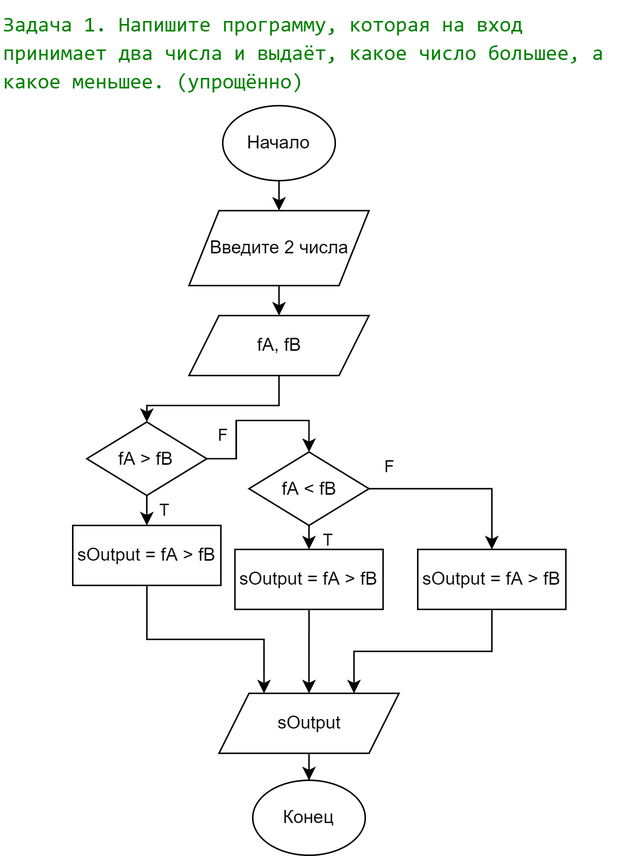
Above: homeworks/homework1/hw1_1.png in Hasley23/c-sharp-practic (draw.io), before the change. Source tidied: cells renumbered, new cells last; positions are measured from the earlier drawing's top-left corner, leaving out a move shared by most shapes. Source of this version:
```xml
<mxGraphModel>
  <root>
    <mxCell id="0" />
    <mxCell id="1" parent="0" />
    <mxCell id="2" style="edgeStyle=orthogonalEdgeStyle;rounded=0;jettySize=auto;html=1;exitX=0.5;exitY=1;exitDx=0;exitDy=0;entryX=0.5;entryY=0;entryDx=0;entryDy=0;" parent="1" edge="1" source="3" target="5">
      <mxGeometry relative="1" as="geometry" />
    </mxCell>
    <mxCell id="3" value="Начало" style="ellipse;whiteSpace=wrap;html=1;" parent="1" vertex="1">
      <mxGeometry x="148" y="70" width="75" height="50" as="geometry" />
    </mxCell>
    <mxCell id="4" style="edgeStyle=orthogonalEdgeStyle;rounded=0;jettySize=auto;html=1;exitX=0.5;exitY=1;exitDx=0;exitDy=0;entryX=0.5;entryY=0;entryDx=0;entryDy=0;" parent="1" edge="1" source="5" target="7">
      <mxGeometry relative="1" as="geometry" />
    </mxCell>
    <mxCell id="5" value="Введите 2 числа" style="shape=parallelogram;perimeter=parallelogramPerimeter;whiteSpace=wrap;html=1;fixedSize=1;" parent="1" vertex="1">
      <mxGeometry x="125.5" y="140" width="120" height="50" as="geometry" />
    </mxCell>
    <mxCell id="6" style="edgeStyle=orthogonalEdgeStyle;rounded=0;jettySize=auto;html=1;exitX=0.5;exitY=1;exitDx=0;exitDy=0;entryX=0.5;entryY=0;entryDx=0;entryDy=0;" parent="1" edge="1" source="7" target="10">
      <mxGeometry relative="1" as="geometry">
        <Array as="points">
          <mxPoint x="186" y="270" />
          <mxPoint x="97" y="270" />
        </Array>
      </mxGeometry>
    </mxCell>
    <mxCell id="7" value="fA, fB" style="shape=parallelogram;perimeter=parallelogramPerimeter;whiteSpace=wrap;html=1;fixedSize=1;" parent="1" vertex="1">
      <mxGeometry x="125.5" y="210" width="120" height="40" as="geometry" />
    </mxCell>
    <mxCell id="8" value="T" style="edgeStyle=orthogonalEdgeStyle;rounded=0;jettySize=auto;html=1;exitX=0.5;exitY=1;exitDx=0;exitDy=0;entryX=0.5;entryY=0;entryDx=0;entryDy=0;" parent="1" edge="1" source="10" target="12">
      <mxGeometry y="12" relative="1" as="geometry" />
    </mxCell>
    <mxCell id="9" value="F" style="edgeStyle=orthogonalEdgeStyle;rounded=0;jettySize=auto;html=1;exitX=1;exitY=0.5;exitDx=0;exitDy=0;entryX=0.5;entryY=0;entryDx=0;entryDy=0;" parent="1" edge="1" source="10" target="15">
      <mxGeometry x="-0.39" y="9" relative="1" as="geometry">
        <Array as="points">
          <mxPoint x="157" y="306" />
          <mxPoint x="157" y="280" />
          <mxPoint x="206" y="280" />
        </Array>
      </mxGeometry>
    </mxCell>
    <mxCell id="10" value="fA &amp;gt; fB" style="rhombus;whiteSpace=wrap;html=1;" parent="1" vertex="1">
      <mxGeometry x="57.4" y="281" width="80" height="49" as="geometry" />
    </mxCell>
    <mxCell id="11" style="edgeStyle=orthogonalEdgeStyle;rounded=0;jettySize=auto;html=1;exitX=0.5;exitY=1;exitDx=0;exitDy=0;entryX=0.25;entryY=0;entryDx=0;entryDy=0;" parent="1" edge="1" source="12" target="21">
      <mxGeometry relative="1" as="geometry" />
    </mxCell>
    <mxCell id="12" value="sOutput = fA &amp;gt; fB" style="rounded=0;whiteSpace=wrap;html=1;" parent="1" vertex="1">
      <mxGeometry x="48" y="350" width="98.8" height="40" as="geometry" />
    </mxCell>
    <mxCell id="13" value="T" style="edgeStyle=orthogonalEdgeStyle;rounded=0;jettySize=auto;html=1;exitX=0.5;exitY=1;exitDx=0;exitDy=0;entryX=0.5;entryY=0;entryDx=0;entryDy=0;" parent="1" edge="1" source="15" target="17">
      <mxGeometry x="0.25" y="12" relative="1" as="geometry" />
    </mxCell>
    <mxCell id="14" value="F" style="edgeStyle=orthogonalEdgeStyle;rounded=0;jettySize=auto;html=1;exitX=1;exitY=0.5;exitDx=0;exitDy=0;entryX=0.5;entryY=0;entryDx=0;entryDy=0;" parent="1" edge="1" source="15" target="19">
      <mxGeometry x="-0.8" y="16" relative="1" as="geometry">
        <mxPoint x="1" y="1" as="offset" />
      </mxGeometry>
    </mxCell>
    <mxCell id="15" value="fA &amp;lt; fB" style="rhombus;whiteSpace=wrap;html=1;" parent="1" vertex="1">
      <mxGeometry x="165.5" y="301" width="80" height="49" as="geometry" />
    </mxCell>
    <mxCell id="16" style="edgeStyle=orthogonalEdgeStyle;rounded=0;jettySize=auto;html=1;exitX=0.5;exitY=1;exitDx=0;exitDy=0;entryX=0.5;entryY=0;entryDx=0;entryDy=0;" parent="1" edge="1" source="17" target="21">
      <mxGeometry relative="1" as="geometry" />
    </mxCell>
    <mxCell id="17" value="sOutput = fA &amp;gt; fB" style="rounded=0;whiteSpace=wrap;html=1;" parent="1" vertex="1">
      <mxGeometry x="156.1" y="366" width="98.8" height="40" as="geometry" />
    </mxCell>
    <mxCell id="18" style="edgeStyle=orthogonalEdgeStyle;rounded=0;jettySize=auto;html=1;exitX=0.5;exitY=1;exitDx=0;exitDy=0;entryX=0.75;entryY=0;entryDx=0;entryDy=0;" parent="1" edge="1" source="19" target="21">
      <mxGeometry relative="1" as="geometry" />
    </mxCell>
    <mxCell id="19" value="sOutput = fA &amp;gt; fB" style="rounded=0;whiteSpace=wrap;html=1;" parent="1" vertex="1">
      <mxGeometry x="278" y="366" width="98.8" height="40" as="geometry" />
    </mxCell>
    <mxCell id="20" style="edgeStyle=orthogonalEdgeStyle;rounded=0;jettySize=auto;html=1;exitX=0.5;exitY=1;exitDx=0;exitDy=0;" parent="1" edge="1" source="21" target="22">
      <mxGeometry relative="1" as="geometry" />
    </mxCell>
    <mxCell id="21" value="sOutput" style="shape=parallelogram;perimeter=parallelogramPerimeter;whiteSpace=wrap;html=1;fixedSize=1;" parent="1" vertex="1">
      <mxGeometry x="145.5" y="462" width="120" height="40" as="geometry" />
    </mxCell>
    <mxCell id="22" value="Конец" style="ellipse;whiteSpace=wrap;html=1;" parent="1" vertex="1">
      <mxGeometry x="168" y="520" width="75" height="50" as="geometry" />
    </mxCell>
    <mxCell id="23" value="&lt;div style=&quot;color: rgb(0 , 0 , 0) ; background-color: rgb(255 , 255 , 255) ; font-family: &amp;#34;consolas&amp;#34; , &amp;#34;courier new&amp;#34; , monospace ; font-weight: normal ; font-size: 14px ; line-height: 19px&quot;&gt;&lt;div&gt;&lt;span style=&quot;color: #008000&quot;&gt;Задача 1. Напишите программу, которая на вход принимает два числа и выдаёт, какое число большее, а какое меньшее. (упрощённо)&lt;/span&gt;&lt;/div&gt;&lt;/div&gt;" style="text;whiteSpace=wrap;html=1;" parent="1" vertex="1">
      <mxGeometry width="411" height="50" as="geometry" />
    </mxCell>
  </root>
</mxGraphModel>
```
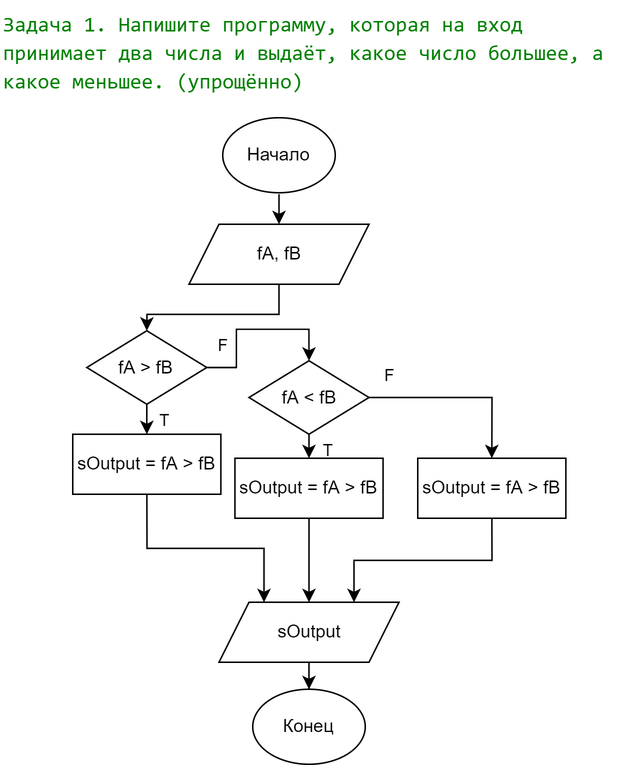
The same diagram one commit later.

Change to the diagram source:
```diff
@@ -2,18 +2,15 @@
   <root>
     <mxCell id="0" />
     <mxCell id="1" parent="0" />
-    <mxCell id="2" style="edgeStyle=orthogonalEdgeStyle;rounded=0;jettySize=auto;html=1;exitX=0.5;exitY=1;exitDx=0;exitDy=0;entryX=0.5;entryY=0;entryDx=0;entryDy=0;" parent="1" edge="1" source="3" target="5">
-      <mxGeometry relative="1" as="geometry" />
-    </mxCell>
+    <mxCell id="24" style="edgeStyle=orthogonalEdgeStyle;rounded=0;orthogonalLoop=1;jettySize=auto;html=1;exitX=0.5;exitY=1;exitDx=0;exitDy=0;entryX=0.5;entryY=0;entryDx=0;entryDy=0;" parent="1" edge="1">
+      <mxGeometry relative="1" as="geometry">
+        <mxPoint x="185.5" y="190" as="sourcePoint" />
+        <mxPoint x="185.5" y="210" as="targetPoint" />
+      </mxGeometry>
+    </mxCell>
     <mxCell id="3" value="Начало" style="ellipse;whiteSpace=wrap;html=1;" parent="1" vertex="1">
-      <mxGeometry x="148" y="70" width="75" height="50" as="geometry" />
+      <mxGeometry x="148" y="139" width="75" height="50" as="geometry" />
     </mxCell>
-    <mxCell id="4" style="edgeStyle=orthogonalEdgeStyle;rounded=0;jettySize=auto;html=1;exitX=0.5;exitY=1;exitDx=0;exitDy=0;entryX=0.5;entryY=0;entryDx=0;entryDy=0;" parent="1" edge="1" source="5" target="7">
-      <mxGeometry relative="1" as="geometry" />
-    </mxCell>
-    <mxCell id="5" value="Введите 2 числа" style="shape=parallelogram;perimeter=parallelogramPerimeter;whiteSpace=wrap;html=1;fixedSize=1;" parent="1" vertex="1">
-      <mxGeometry x="125.5" y="140" width="120" height="50" as="geometry" />
-    </mxCell>
     <mxCell id="6" style="edgeStyle=orthogonalEdgeStyle;rounded=0;jettySize=auto;html=1;exitX=0.5;exitY=1;exitDx=0;exitDy=0;entryX=0.5;entryY=0;entryDx=0;entryDy=0;" parent="1" edge="1" source="7" target="10">
       <mxGeometry relative="1" as="geometry">
         <Array as="points">
@@ -25,9 +22,9 @@
     <mxCell id="7" value="fA, fB" style="shape=parallelogram;perimeter=parallelogramPerimeter;whiteSpace=wrap;html=1;fixedSize=1;" parent="1" vertex="1">
       <mxGeometry x="125.5" y="210" width="120" height="40" as="geometry" />
     </mxCell>
-    <mxCell id="8" value="T" style="edgeStyle=orthogonalEdgeStyle;rounded=0;jettySize=auto;html=1;exitX=0.5;exitY=1;exitDx=0;exitDy=0;entryX=0.5;entryY=0;entryDx=0;entryDy=0;" parent="1" edge="1" source="10" target="12">
-      <mxGeometry y="12" relative="1" as="geometry" />
-    </mxCell>
+    <mxCell id="25" value="T" style="edgeStyle=orthogonalEdgeStyle;rounded=0;jettySize=auto;html=1;exitX=0.5;exitY=1;exitDx=0;exitDy=0;entryX=0.5;entryY=0;entryDx=0;entryDy=0;" parent="1" edge="1" source="10" target="27">
+      <mxGeometry y="12" relative="1" as="geometry" />
+    </mxCell>
     <mxCell id="9" value="F" style="edgeStyle=orthogonalEdgeStyle;rounded=0;jettySize=auto;html=1;exitX=1;exitY=0.5;exitDx=0;exitDy=0;entryX=0.5;entryY=0;entryDx=0;entryDy=0;" parent="1" edge="1" source="10" target="15">
       <mxGeometry x="-0.39" y="9" relative="1" as="geometry">
         <Array as="points">
@@ -40,35 +37,35 @@
     <mxCell id="10" value="fA &amp;gt; fB" style="rhombus;whiteSpace=wrap;html=1;" parent="1" vertex="1">
       <mxGeometry x="57.4" y="281" width="80" height="49" as="geometry" />
     </mxCell>
-    <mxCell id="11" style="edgeStyle=orthogonalEdgeStyle;rounded=0;jettySize=auto;html=1;exitX=0.5;exitY=1;exitDx=0;exitDy=0;entryX=0.25;entryY=0;entryDx=0;entryDy=0;" parent="1" edge="1" source="12" target="21">
-      <mxGeometry relative="1" as="geometry" />
-    </mxCell>
-    <mxCell id="12" value="sOutput = fA &amp;gt; fB" style="rounded=0;whiteSpace=wrap;html=1;" parent="1" vertex="1">
-      <mxGeometry x="48" y="350" width="98.8" height="40" as="geometry" />
-    </mxCell>
-    <mxCell id="13" value="T" style="edgeStyle=orthogonalEdgeStyle;rounded=0;jettySize=auto;html=1;exitX=0.5;exitY=1;exitDx=0;exitDy=0;entryX=0.5;entryY=0;entryDx=0;entryDy=0;" parent="1" edge="1" source="15" target="17">
-      <mxGeometry x="0.25" y="12" relative="1" as="geometry" />
-    </mxCell>
-    <mxCell id="14" value="F" style="edgeStyle=orthogonalEdgeStyle;rounded=0;jettySize=auto;html=1;exitX=1;exitY=0.5;exitDx=0;exitDy=0;entryX=0.5;entryY=0;entryDx=0;entryDy=0;" parent="1" edge="1" source="15" target="19">
-      <mxGeometry x="-0.8" y="16" relative="1" as="geometry">
-        <mxPoint x="1" y="1" as="offset" />
-      </mxGeometry>
-    </mxCell>
+    <mxCell id="26" style="edgeStyle=orthogonalEdgeStyle;rounded=0;jettySize=auto;html=1;exitX=0.5;exitY=1;exitDx=0;exitDy=0;entryX=0.25;entryY=0;entryDx=0;entryDy=0;" parent="1" edge="1" source="27" target="21">
+      <mxGeometry relative="1" as="geometry" />
+    </mxCell>
+    <mxCell id="27" value="sOutput = fA &amp;gt; fB" style="rounded=0;whiteSpace=wrap;html=1;" parent="1" vertex="1">
+      <mxGeometry x="48" y="350" width="98.8" height="40" as="geometry" />
+    </mxCell>
+    <mxCell id="28" value="T" style="edgeStyle=orthogonalEdgeStyle;rounded=0;jettySize=auto;html=1;exitX=0.5;exitY=1;exitDx=0;exitDy=0;entryX=0.5;entryY=0;entryDx=0;entryDy=0;" parent="1" edge="1" source="15" target="31">
+      <mxGeometry x="0.25" y="12" relative="1" as="geometry" />
+    </mxCell>
+    <mxCell id="29" value="F" style="edgeStyle=orthogonalEdgeStyle;rounded=0;jettySize=auto;html=1;exitX=1;exitY=0.5;exitDx=0;exitDy=0;entryX=0.5;entryY=0;entryDx=0;entryDy=0;" parent="1" edge="1" source="15" target="33">
+      <mxGeometry x="-0.8" y="16" relative="1" as="geometry">
+        <mxPoint x="1" y="1" as="offset" />
+      </mxGeometry>
+    </mxCell>
     <mxCell id="15" value="fA &amp;lt; fB" style="rhombus;whiteSpace=wrap;html=1;" parent="1" vertex="1">
       <mxGeometry x="165.5" y="301" width="80" height="49" as="geometry" />
     </mxCell>
-    <mxCell id="16" style="edgeStyle=orthogonalEdgeStyle;rounded=0;jettySize=auto;html=1;exitX=0.5;exitY=1;exitDx=0;exitDy=0;entryX=0.5;entryY=0;entryDx=0;entryDy=0;" parent="1" edge="1" source="17" target="21">
-      <mxGeometry relative="1" as="geometry" />
-    </mxCell>
-    <mxCell id="17" value="sOutput = fA &amp;gt; fB" style="rounded=0;whiteSpace=wrap;html=1;" parent="1" vertex="1">
-      <mxGeometry x="156.1" y="366" width="98.8" height="40" as="geometry" />
-    </mxCell>
-    <mxCell id="18" style="edgeStyle=orthogonalEdgeStyle;rounded=0;jettySize=auto;html=1;exitX=0.5;exitY=1;exitDx=0;exitDy=0;entryX=0.75;entryY=0;entryDx=0;entryDy=0;" parent="1" edge="1" source="19" target="21">
-      <mxGeometry relative="1" as="geometry" />
-    </mxCell>
-    <mxCell id="19" value="sOutput = fA &amp;gt; fB" style="rounded=0;whiteSpace=wrap;html=1;" parent="1" vertex="1">
-      <mxGeometry x="278" y="366" width="98.8" height="40" as="geometry" />
-    </mxCell>
+    <mxCell id="30" style="edgeStyle=orthogonalEdgeStyle;rounded=0;jettySize=auto;html=1;exitX=0.5;exitY=1;exitDx=0;exitDy=0;entryX=0.5;entryY=0;entryDx=0;entryDy=0;" parent="1" edge="1" source="31" target="21">
+      <mxGeometry relative="1" as="geometry" />
+    </mxCell>
+    <mxCell id="31" value="sOutput = fA &amp;gt; fB" style="rounded=0;whiteSpace=wrap;html=1;" parent="1" vertex="1">
+      <mxGeometry x="156.1" y="366" width="98.8" height="40" as="geometry" />
+    </mxCell>
+    <mxCell id="32" style="edgeStyle=orthogonalEdgeStyle;rounded=0;jettySize=auto;html=1;exitX=0.5;exitY=1;exitDx=0;exitDy=0;entryX=0.75;entryY=0;entryDx=0;entryDy=0;" parent="1" edge="1" source="33" target="21">
+      <mxGeometry relative="1" as="geometry" />
+    </mxCell>
+    <mxCell id="33" value="sOutput = fA &amp;gt; fB" style="rounded=0;whiteSpace=wrap;html=1;" parent="1" vertex="1">
+      <mxGeometry x="278" y="366" width="98.8" height="40" as="geometry" />
+    </mxCell>
     <mxCell id="20" style="edgeStyle=orthogonalEdgeStyle;rounded=0;jettySize=auto;html=1;exitX=0.5;exitY=1;exitDx=0;exitDy=0;" parent="1" edge="1" source="21" target="22">
       <mxGeometry relative="1" as="geometry" />
     </mxCell>
@@ -79,7 +76,7 @@
       <mxGeometry x="168" y="520" width="75" height="50" as="geometry" />
     </mxCell>
     <mxCell id="23" value="&lt;div style=&quot;color: rgb(0 , 0 , 0) ; background-color: rgb(255 , 255 , 255) ; font-family: &amp;#34;consolas&amp;#34; , &amp;#34;courier new&amp;#34; , monospace ; font-weight: normal ; font-size: 14px ; line-height: 19px&quot;&gt;&lt;div&gt;&lt;span style=&quot;color: #008000&quot;&gt;Задача 1. Напишите программу, которая на вход принимает два числа и выдаёт, какое число большее, а какое меньшее. (упрощённо)&lt;/span&gt;&lt;/div&gt;&lt;/div&gt;" style="text;whiteSpace=wrap;html=1;" parent="1" vertex="1">
-      <mxGeometry width="411" height="50" as="geometry" />
+      <mxGeometry y="61" width="411" height="50" as="geometry" />
     </mxCell>
   </root>
 </mxGraphModel>
```
